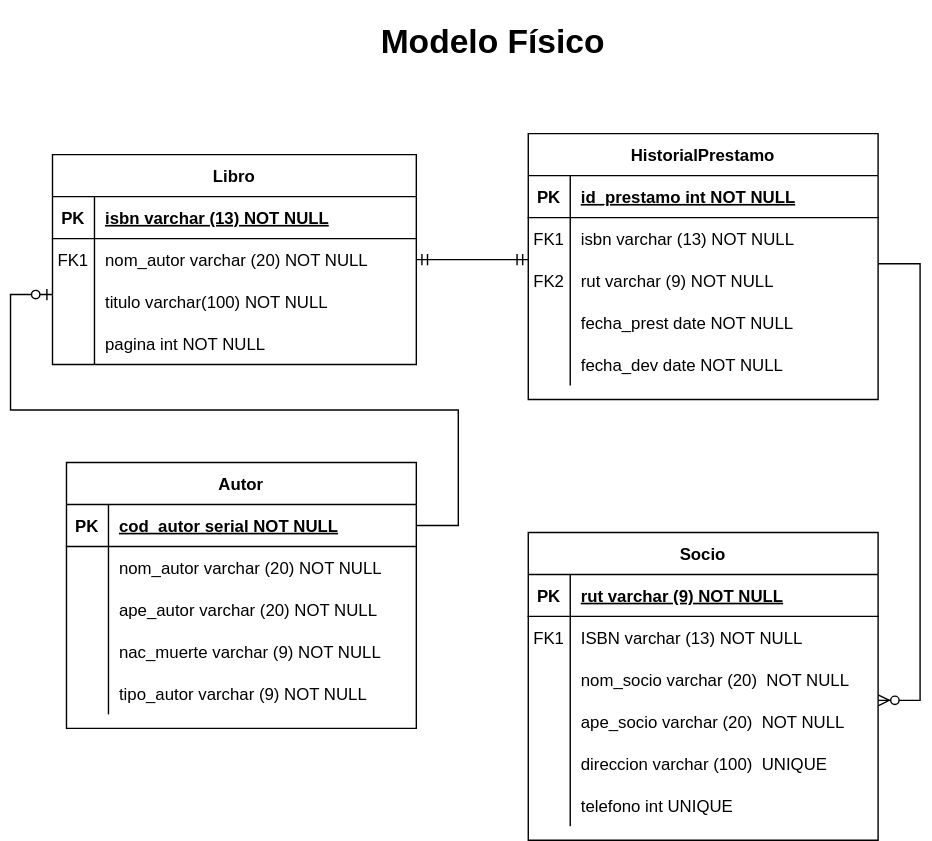
This is Modelo fisico.drawio.svg from FranSantander/-Biblioteca, a draw.io export, as it was before one commit. Source tidied: cells renumbered, new cells last; positions are measured from the earlier drawing's top-left corner, leaving out a move shared by most shapes.
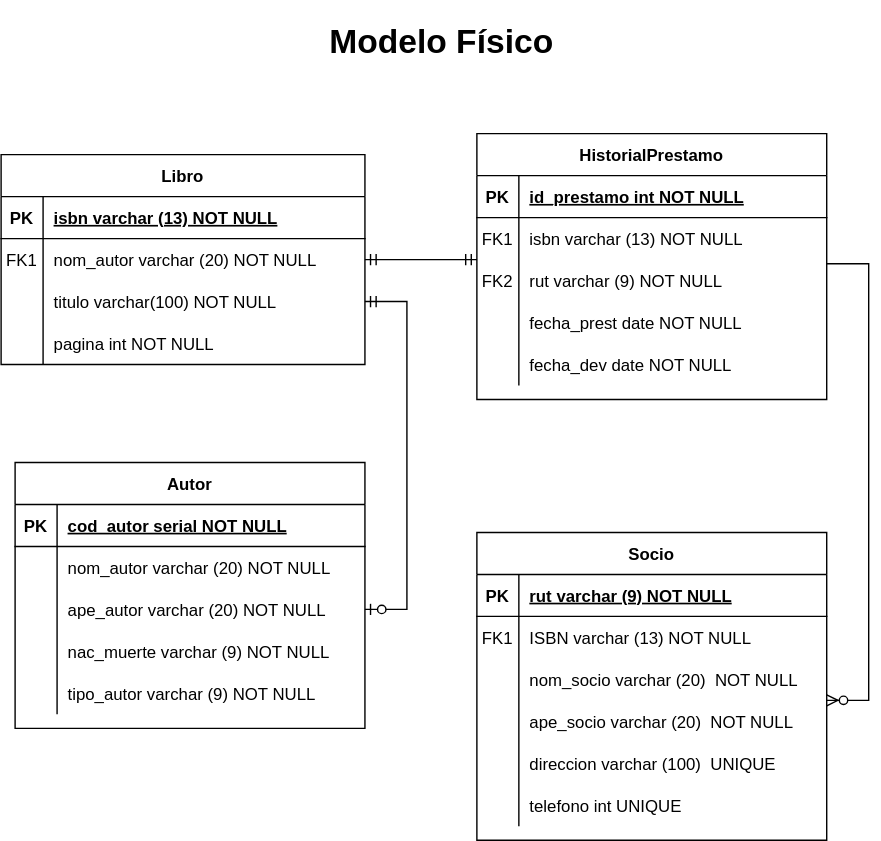
After the change.

Change to the diagram source:
```diff
@@ -203,13 +203,11 @@
     <mxCell id="67" value="tipo_autor varchar (9) NOT NULL" style="shape=partialRectangle;fillColor=none;top=0;left=0;bottom=0;right=0;align=left;spacingLeft=6;overflow=hidden;" parent="65" vertex="1">
       <mxGeometry x="30" width="220" height="30" as="geometry" />
     </mxCell>
-    <mxCell id="68" style="edgeStyle=entityRelationEdgeStyle;fontSize=12;html=1;endArrow=ERzeroToOne;endFill=1;rounded=0;exitX=1;exitY=0.5;exitDx=0;exitDy=0;" parent="1" edge="1" source="53">
-      <mxGeometry relative="1" as="geometry">
-        <mxPoint y="200" as="targetPoint" />
-      </mxGeometry>
-    </mxCell>
     <mxCell id="69" value="&lt;h1&gt;Modelo Físico&lt;/h1&gt;" style="text;html=1;strokeColor=none;fillColor=none;spacing=5;spacingTop=-20;whiteSpace=wrap;overflow=hidden;rounded=0;" parent="1" vertex="1">
       <mxGeometry x="230" width="170" height="40" as="geometry" />
     </mxCell>
+    <mxCell id="70" style="edgeStyle=entityRelationEdgeStyle;fontSize=12;html=1;endArrow=ERzeroToOne;startArrow=ERmandOne;rounded=0;entryX=1;entryY=0.5;entryDx=0;entryDy=0;exitX=1;exitY=0.5;exitDx=0;exitDy=0;jumpStyle=none;" parent="1" edge="1" source="9" target="59">
+      <mxGeometry relative="1" as="geometry" />
+    </mxCell>
   </root>
 </mxGraphModel>
```
